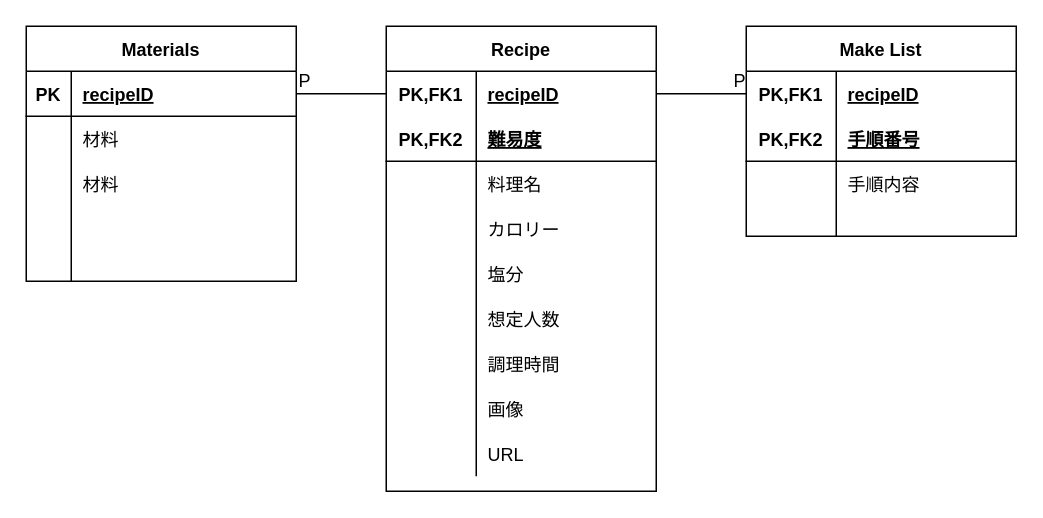
Before: ER.dio in qiuyueluzi/recipeApp, a draw.io diagram. Source tidied: cells renumbered, new cells numbered last; positions are measured from the earlier drawing's top-left corner, leaving out a move shared by most shapes. Both pictures are drawn from the tidied source at 150%, with x=0, y=0 at pixel (26, 26).
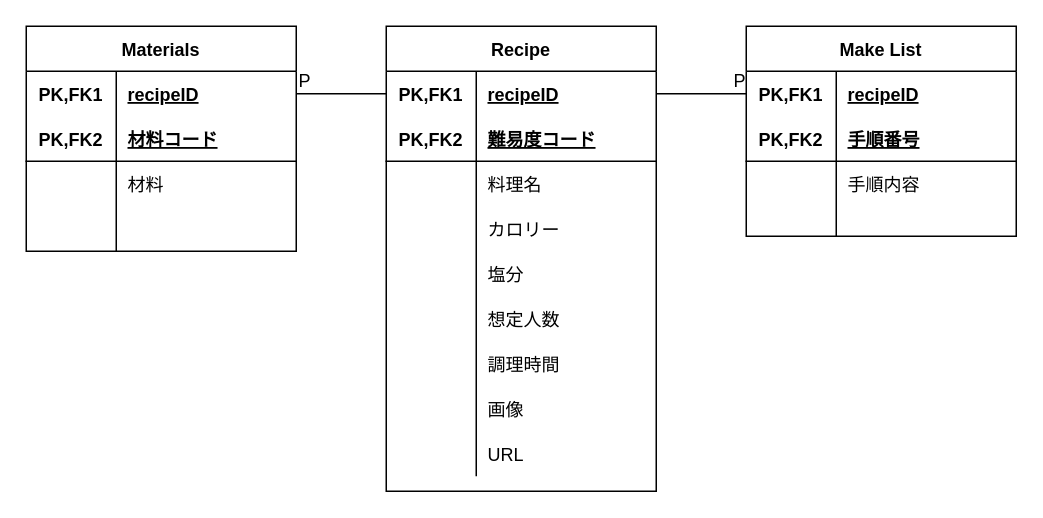
The same page after the edit.

The change refers to these unchanged cells:
```xml
<mxCell id="36" style="shape=partialRectangle;fillColor=none;top=0;left=0;bottom=0;right=0;points=[[0,0.5],[1,0.5]];portConstraint=eastwest;" parent="35" vertex="1">
  <mxGeometry y="30" width="180" height="30" as="geometry" />
</mxCell>
<mxCell id="39" style="shape=partialRectangle;fillColor=none;top=0;left=0;bottom=1;right=0;" parent="35" vertex="1">
  <mxGeometry y="60" width="180" height="30" as="geometry" />
</mxCell>
```

The edit, as a diff of the source:
```diff
@@
-    <mxCell id="15" value="Materials" style="shape=table;startSize=30;childLayout=tableLayout;rowLines=0;fontStyle=1;align=center;" parent="1" vertex="1">
-      <mxGeometry width="180" height="170" as="geometry" />
-    </mxCell>
-    <mxCell id="16" style="shape=partialRectangle;fillColor=none;top=0;left=0;bottom=1;right=0;points=[[0,0.5],[1,0.5]];portConstraint=eastwest;" parent="15" vertex="1">
-      <mxGeometry y="30" width="180" height="30" as="geometry" />
-    </mxCell>
-    <mxCell id="17" value="PK" style="shape=partialRectangle;fillColor=none;top=0;left=0;bottom=0;right=0;fontStyle=1;overflow=hidden;" parent="16" vertex="1">
-      <mxGeometry width="30" height="30" as="geometry" />
-    </mxCell>
-    <mxCell id="18" value="recipeID" style="shape=partialRectangle;fillColor=none;top=0;left=0;bottom=0;right=0;align=left;spacingLeft=6;fontStyle=5;overflow=hidden;" parent="16" vertex="1">
-      <mxGeometry x="30" width="150" height="30" as="geometry" />
-    </mxCell>
-    <mxCell id="19" style="shape=partialRectangle;fillColor=none;top=0;left=0;bottom=0;right=0;" parent="15" vertex="1">
-      <mxGeometry y="60" width="180" height="30" as="geometry" />
-    </mxCell>
-    <mxCell id="20" style="shape=partialRectangle;fillColor=none;top=0;left=0;bottom=0;right=0;overflow=hidden;" parent="19" vertex="1">
-      <mxGeometry width="30" height="30" as="geometry" />
-    </mxCell>
-    <mxCell id="21" value="材料" style="shape=partialRectangle;fillColor=none;top=0;left=0;bottom=0;right=0;align=left;spacingLeft=6;overflow=hidden;" parent="19" vertex="1">
-      <mxGeometry x="30" width="150" height="30" as="geometry" />
-    </mxCell>
-    <mxCell id="22" style="shape=partialRectangle;fillColor=none;top=0;left=0;bottom=0;right=0;" parent="15" vertex="1">
-      <mxGeometry y="90" width="180" height="30" as="geometry" />
-    </mxCell>
-    <mxCell id="23" style="shape=partialRectangle;fillColor=none;top=0;left=0;bottom=0;right=0;overflow=hidden;" parent="22" vertex="1">
-      <mxGeometry width="30" height="30" as="geometry" />
-    </mxCell>
-    <mxCell id="24" value="材料" style="shape=partialRectangle;fillColor=none;top=0;left=0;bottom=0;right=0;align=left;spacingLeft=6;overflow=hidden;" parent="22" vertex="1">
-      <mxGeometry x="30" width="150" height="30" as="geometry" />
-    </mxCell>
-    <mxCell id="25" style="shape=partialRectangle;fillColor=none;top=0;left=0;bottom=0;right=0;" parent="15" vertex="1">
-      <mxGeometry y="120" width="180" height="30" as="geometry" />
-    </mxCell>
-    <mxCell id="26" style="shape=partialRectangle;fillColor=none;top=0;left=0;bottom=0;right=0;overflow=hidden;" parent="25" vertex="1">
-      <mxGeometry width="30" height="30" as="geometry" />
-    </mxCell>
-    <mxCell id="27" style="shape=partialRectangle;fillColor=none;top=0;left=0;bottom=0;right=0;align=left;spacingLeft=6;overflow=hidden;" parent="25" vertex="1">
-      <mxGeometry x="30" width="150" height="30" as="geometry" />
-    </mxCell>
-    <mxCell id="28" style="shape=partialRectangle;fillColor=none;top=0;left=0;bottom=0;right=0;" parent="15" vertex="1">
-      <mxGeometry y="150" width="180" height="20" as="geometry" />
-    </mxCell>
-    <mxCell id="29" style="shape=partialRectangle;fillColor=none;top=0;left=0;bottom=0;right=0;overflow=hidden;" parent="28" vertex="1">
-      <mxGeometry width="30" height="20" as="geometry" />
-    </mxCell>
-    <mxCell id="30" style="shape=partialRectangle;fillColor=none;top=0;left=0;bottom=0;right=0;align=left;spacingLeft=6;overflow=hidden;" parent="28" vertex="1">
-      <mxGeometry x="30" width="150" height="20" as="geometry" />
-    </mxCell>
-    <mxCell id="31" style="endArrow=none;html=1;rounded=0;exitX=0;exitY=0.5;exitDx=0;exitDy=0;entryX=1;entryY=0.5;entryDx=0;entryDy=0;" parent="1" edge="1" source="36" target="16">
+    <mxCell id="31" style="endArrow=none;html=1;rounded=0;exitX=0;exitY=0.5;exitDx=0;exitDy=0;entryX=1;entryY=0.5;entryDx=0;entryDy=0;" parent="1" edge="1" source="36" target="63">
       <mxGeometry relative="1" as="geometry" />
     </mxCell>
@@
-    <mxCell id="41" value="難易度" style="shape=partialRectangle;fillColor=none;top=0;left=0;bottom=0;right=0;align=left;spacingLeft=6;fontStyle=5;overflow=hidden;" parent="39" vertex="1">
+    <mxCell id="41" value="難易度コード" style="shape=partialRectangle;fillColor=none;top=0;left=0;bottom=0;right=0;align=left;spacingLeft=6;fontStyle=5;overflow=hidden;" parent="39" vertex="1">
       <mxGeometry x="60" width="120" height="30" as="geometry" />
     </mxCell>
@@
+    <mxCell id="21" value="Materials" style="shape=table;startSize=30;childLayout=tableLayout;rowLines=0;fontStyle=1;align=center;" parent="1" vertex="1">
+      <mxGeometry width="180" height="150" as="geometry" />
+    </mxCell>
+    <mxCell id="63" style="shape=partialRectangle;fillColor=none;top=0;left=0;bottom=0;right=0;points=[[0,0.5],[1,0.5]];portConstraint=eastwest;" parent="21" vertex="1">
+      <mxGeometry y="30" width="180" height="30" as="geometry" />
+    </mxCell>
+    <mxCell id="64" value="PK,FK1" style="shape=partialRectangle;fillColor=none;top=0;left=0;bottom=0;right=0;fontStyle=1;overflow=hidden;" parent="63" vertex="1">
+      <mxGeometry width="60" height="30" as="geometry" />
+    </mxCell>
+    <mxCell id="18" value="recipeID" style="shape=partialRectangle;fillColor=none;top=0;left=0;bottom=0;right=0;align=left;spacingLeft=6;fontStyle=5;overflow=hidden;" parent="63" vertex="1">
+      <mxGeometry x="60" width="120" height="30" as="geometry" />
+    </mxCell>
+    <mxCell id="65" style="shape=partialRectangle;fillColor=none;top=0;left=0;bottom=1;right=0;" parent="21" vertex="1">
+      <mxGeometry y="60" width="180" height="30" as="geometry" />
+    </mxCell>
+    <mxCell id="66" value="PK,FK2" style="shape=partialRectangle;fillColor=none;top=0;left=0;bottom=0;right=0;fontStyle=1;overflow=hidden;" parent="65" vertex="1">
+      <mxGeometry width="60" height="30" as="geometry" />
+    </mxCell>
+    <mxCell id="67" value="材料コード" style="shape=partialRectangle;fillColor=none;top=0;left=0;bottom=0;right=0;align=left;spacingLeft=6;fontStyle=5;overflow=hidden;" parent="65" vertex="1">
+      <mxGeometry x="60" width="120" height="30" as="geometry" />
+    </mxCell>
+    <mxCell id="22" style="shape=partialRectangle;fillColor=none;top=0;left=0;bottom=0;right=0;" parent="21" vertex="1">
+      <mxGeometry y="90" width="180" height="30" as="geometry" />
+    </mxCell>
+    <mxCell id="68" style="shape=partialRectangle;fillColor=none;top=0;left=0;bottom=0;right=0;overflow=hidden;" parent="22" vertex="1">
+      <mxGeometry width="60" height="30" as="geometry" />
+    </mxCell>
+    <mxCell id="24" value="材料" style="shape=partialRectangle;fillColor=none;top=0;left=0;bottom=0;right=0;align=left;spacingLeft=6;overflow=hidden;" parent="22" vertex="1">
+      <mxGeometry x="60" width="120" height="30" as="geometry" />
+    </mxCell>
+    <mxCell id="25" style="shape=partialRectangle;fillColor=none;top=0;left=0;bottom=0;right=0;" parent="21" vertex="1">
+      <mxGeometry y="120" width="180" height="30" as="geometry" />
+    </mxCell>
+    <mxCell id="69" style="shape=partialRectangle;fillColor=none;top=0;left=0;bottom=0;right=0;overflow=hidden;" parent="25" vertex="1">
+      <mxGeometry width="60" height="30" as="geometry" />
+    </mxCell>
+    <mxCell id="70" style="shape=partialRectangle;fillColor=none;top=0;left=0;bottom=0;right=0;align=left;spacingLeft=6;overflow=hidden;" parent="25" vertex="1">
+      <mxGeometry x="60" width="120" height="30" as="geometry" />
+    </mxCell>
```
